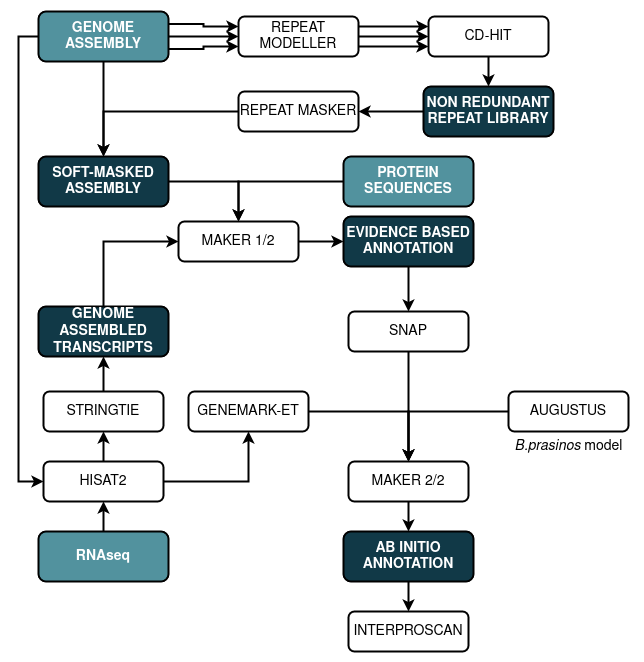
Before: Annotation/Bathycoccus_pangenome_pipelines-Genome_annotation_pipeline.png, a diagram exported from draw.io (LouisDennu/Bathycoccus_GenomeAssemblyAndAnnotation). Source tidied: cells renumbered, new cells last; positions are measured from the earlier drawing's top-left corner, leaving out a move shared by most shapes. Its diagram source:
```xml
<mxGraphModel>
  <root>
    <mxCell id="0" />
    <mxCell id="1" parent="0" />
    <mxCell id="2" style="edgeStyle=orthogonalEdgeStyle;rounded=0;jettySize=auto;html=1;exitX=1;exitY=0.75;exitDx=0;exitDy=0;entryX=0;entryY=0.75;entryDx=0;entryDy=0;strokeWidth=2;fontFamily=Helvetica;fontSize=14;fontColor=#FFFFFF;" parent="1" edge="1" source="7" target="20">
      <mxGeometry relative="1" as="geometry" />
    </mxCell>
    <mxCell id="3" style="edgeStyle=orthogonalEdgeStyle;rounded=0;jettySize=auto;html=1;exitX=1;exitY=0.5;exitDx=0;exitDy=0;entryX=0;entryY=0.5;entryDx=0;entryDy=0;strokeWidth=2;fontFamily=Helvetica;fontSize=14;fontColor=#FFFFFF;" parent="1" edge="1" source="7" target="20">
      <mxGeometry relative="1" as="geometry" />
    </mxCell>
    <mxCell id="4" style="edgeStyle=orthogonalEdgeStyle;rounded=0;jettySize=auto;html=1;exitX=1;exitY=0.25;exitDx=0;exitDy=0;entryX=0;entryY=0.25;entryDx=0;entryDy=0;strokeWidth=2;fontFamily=Helvetica;fontSize=14;fontColor=#FFFFFF;" parent="1" edge="1" source="7" target="20">
      <mxGeometry relative="1" as="geometry" />
    </mxCell>
    <mxCell id="5" style="edgeStyle=orthogonalEdgeStyle;rounded=0;jettySize=auto;html=1;exitX=0;exitY=0.5;exitDx=0;exitDy=0;entryX=0;entryY=0.5;entryDx=0;entryDy=0;strokeWidth=2;fontFamily=Helvetica;fontSize=14;fontColor=#FFFFFF;" parent="1" edge="1" source="7" target="14">
      <mxGeometry relative="1" as="geometry" />
    </mxCell>
    <mxCell id="6" style="edgeStyle=orthogonalEdgeStyle;rounded=0;jettySize=auto;html=1;exitX=0.5;exitY=1;exitDx=0;exitDy=0;entryX=0.5;entryY=0;entryDx=0;entryDy=0;strokeWidth=2;fontFamily=Helvetica;fontSize=14;fontColor=#FFFFFF;" parent="1" edge="1" source="7" target="37">
      <mxGeometry relative="1" as="geometry" />
    </mxCell>
    <mxCell id="7" value="GENOME ASSEMBLY" style="rounded=1;whiteSpace=wrap;html=1;fontSize=14;glass=0;strokeWidth=2;shadow=0;fillColor=#52929e;fontColor=#FFFFFF;fontStyle=1;" parent="1" vertex="1">
      <mxGeometry width="130" height="50" as="geometry" />
    </mxCell>
    <mxCell id="8" style="edgeStyle=orthogonalEdgeStyle;rounded=0;jettySize=auto;html=1;exitX=0;exitY=0.5;exitDx=0;exitDy=0;entryX=0.5;entryY=0;entryDx=0;entryDy=0;strokeWidth=2;fontFamily=Helvetica;fontSize=14;fontColor=#FFFFFF;" parent="1" edge="1" source="9" target="26">
      <mxGeometry relative="1" as="geometry" />
    </mxCell>
    <mxCell id="9" value="PROTEIN SEQUENCES" style="rounded=1;whiteSpace=wrap;html=1;fontSize=14;glass=0;strokeWidth=2;shadow=0;fillColor=#52929e;fontColor=#FFFFFF;fontStyle=1;" parent="1" vertex="1">
      <mxGeometry x="305" y="145" width="130" height="50" as="geometry" />
    </mxCell>
    <mxCell id="10" style="edgeStyle=orthogonalEdgeStyle;rounded=0;jettySize=auto;html=1;exitX=0.5;exitY=0;exitDx=0;exitDy=0;entryX=0.5;entryY=1;entryDx=0;entryDy=0;strokeWidth=2;fontFamily=Helvetica;fontSize=14;fontColor=#FFFFFF;" parent="1" edge="1" source="11" target="14">
      <mxGeometry relative="1" as="geometry" />
    </mxCell>
    <mxCell id="11" value="RNAseq" style="rounded=1;whiteSpace=wrap;html=1;fontSize=14;glass=0;strokeWidth=2;shadow=0;fillColor=#52929e;fontColor=#FFFFFF;fontStyle=1;" parent="1" vertex="1">
      <mxGeometry y="520" width="130" height="50" as="geometry" />
    </mxCell>
    <mxCell id="12" style="edgeStyle=orthogonalEdgeStyle;rounded=0;jettySize=auto;html=1;exitX=0.5;exitY=0;exitDx=0;exitDy=0;entryX=0.5;entryY=1;entryDx=0;entryDy=0;strokeWidth=2;fontFamily=Helvetica;fontSize=14;fontColor=#FFFFFF;" parent="1" edge="1" source="14" target="16">
      <mxGeometry relative="1" as="geometry" />
    </mxCell>
    <mxCell id="13" style="edgeStyle=orthogonalEdgeStyle;rounded=0;jettySize=auto;html=1;exitX=1;exitY=0.5;exitDx=0;exitDy=0;entryX=0.5;entryY=1;entryDx=0;entryDy=0;strokeWidth=2;fontFamily=Helvetica;fontSize=14;fontColor=#FFFFFF;" parent="1" edge="1" source="14" target="30">
      <mxGeometry relative="1" as="geometry" />
    </mxCell>
    <mxCell id="14" value="HISAT2" style="rounded=1;whiteSpace=wrap;html=1;fontSize=14;glass=0;strokeWidth=2;shadow=0;fontStyle=0;" parent="1" vertex="1">
      <mxGeometry x="5" y="450" width="120" height="40" as="geometry" />
    </mxCell>
    <mxCell id="15" style="edgeStyle=orthogonalEdgeStyle;rounded=0;jettySize=auto;html=1;exitX=0.5;exitY=0;exitDx=0;exitDy=0;strokeWidth=2;fontFamily=Helvetica;fontSize=14;fontColor=#FFFFFF;" parent="1" edge="1" source="16">
      <mxGeometry relative="1" as="geometry">
        <mxPoint x="65" y="345" as="targetPoint" />
      </mxGeometry>
    </mxCell>
    <mxCell id="16" value="STRINGTIE" style="rounded=1;whiteSpace=wrap;html=1;fontSize=14;glass=0;strokeWidth=2;shadow=0;fontStyle=0;" parent="1" vertex="1">
      <mxGeometry x="5" y="380" width="120" height="40" as="geometry" />
    </mxCell>
    <mxCell id="17" style="edgeStyle=orthogonalEdgeStyle;rounded=0;jettySize=auto;html=1;exitX=1;exitY=0.25;exitDx=0;exitDy=0;entryX=0;entryY=0.25;entryDx=0;entryDy=0;strokeWidth=2;fontFamily=Helvetica;fontSize=14;fontColor=#FFFFFF;" parent="1" edge="1" source="20" target="24">
      <mxGeometry relative="1" as="geometry" />
    </mxCell>
    <mxCell id="18" style="edgeStyle=orthogonalEdgeStyle;rounded=0;jettySize=auto;html=1;exitX=1;exitY=0.5;exitDx=0;exitDy=0;entryX=0;entryY=0.5;entryDx=0;entryDy=0;strokeWidth=2;fontFamily=Helvetica;fontSize=14;fontColor=#FFFFFF;" parent="1" edge="1" source="20" target="24">
      <mxGeometry relative="1" as="geometry" />
    </mxCell>
    <mxCell id="19" style="edgeStyle=orthogonalEdgeStyle;rounded=0;jettySize=auto;html=1;exitX=1;exitY=0.75;exitDx=0;exitDy=0;entryX=0;entryY=0.75;entryDx=0;entryDy=0;strokeWidth=2;fontFamily=Helvetica;fontSize=14;fontColor=#FFFFFF;" parent="1" edge="1" source="20" target="24">
      <mxGeometry relative="1" as="geometry" />
    </mxCell>
    <mxCell id="20" value="REPEAT MODELLER" style="rounded=1;whiteSpace=wrap;html=1;fontSize=14;glass=0;strokeWidth=2;shadow=0;fontStyle=0;" parent="1" vertex="1">
      <mxGeometry x="200" y="5" width="120" height="40" as="geometry" />
    </mxCell>
    <mxCell id="21" style="edgeStyle=orthogonalEdgeStyle;rounded=0;jettySize=auto;html=1;exitX=0;exitY=0.5;exitDx=0;exitDy=0;strokeWidth=2;fontFamily=Helvetica;fontSize=14;fontColor=#FFFFFF;" parent="1" edge="1" source="22">
      <mxGeometry relative="1" as="geometry">
        <mxPoint x="65" y="145" as="targetPoint" />
      </mxGeometry>
    </mxCell>
    <mxCell id="22" value="REPEAT MASKER" style="rounded=1;whiteSpace=wrap;html=1;fontSize=14;glass=0;strokeWidth=2;shadow=0;fontStyle=0;" parent="1" vertex="1">
      <mxGeometry x="200" y="80" width="120" height="40" as="geometry" />
    </mxCell>
    <mxCell id="23" style="edgeStyle=orthogonalEdgeStyle;rounded=0;jettySize=auto;html=1;exitX=0.5;exitY=1;exitDx=0;exitDy=0;entryX=0.5;entryY=0;entryDx=0;entryDy=0;strokeWidth=2;fontFamily=Helvetica;fontSize=14;fontColor=#FFFFFF;" parent="1" edge="1" source="24" target="35">
      <mxGeometry relative="1" as="geometry" />
    </mxCell>
    <mxCell id="24" value="CD-HIT" style="rounded=1;whiteSpace=wrap;html=1;fontSize=14;glass=0;strokeWidth=2;shadow=0;fontStyle=0;" parent="1" vertex="1">
      <mxGeometry x="390" y="5" width="120" height="40" as="geometry" />
    </mxCell>
    <mxCell id="25" style="edgeStyle=orthogonalEdgeStyle;rounded=0;jettySize=auto;html=1;exitX=1;exitY=0.5;exitDx=0;exitDy=0;entryX=0;entryY=0.5;entryDx=0;entryDy=0;strokeWidth=2;fontFamily=Helvetica;fontSize=14;fontColor=#FFFFFF;" parent="1" edge="1" source="26" target="45">
      <mxGeometry relative="1" as="geometry" />
    </mxCell>
    <mxCell id="26" value="MAKER 1/2" style="rounded=1;whiteSpace=wrap;html=1;fontSize=14;glass=0;strokeWidth=2;shadow=0;fontStyle=0;" parent="1" vertex="1">
      <mxGeometry x="140" y="210" width="120" height="40" as="geometry" />
    </mxCell>
    <mxCell id="27" style="edgeStyle=orthogonalEdgeStyle;rounded=0;jettySize=auto;html=1;exitX=0;exitY=0.5;exitDx=0;exitDy=0;entryX=0.5;entryY=0;entryDx=0;entryDy=0;strokeWidth=2;fontFamily=Helvetica;fontSize=14;fontColor=#FFFFFF;" parent="1" edge="1" source="28" target="41">
      <mxGeometry relative="1" as="geometry" />
    </mxCell>
    <mxCell id="28" value="AUGUSTUS" style="rounded=1;whiteSpace=wrap;html=1;fontSize=14;glass=0;strokeWidth=2;shadow=0;fontStyle=0;" parent="1" vertex="1">
      <mxGeometry x="470" y="380" width="120" height="40" as="geometry" />
    </mxCell>
    <mxCell id="29" style="edgeStyle=orthogonalEdgeStyle;rounded=0;jettySize=auto;html=1;exitX=1;exitY=0.5;exitDx=0;exitDy=0;entryX=0.5;entryY=0;entryDx=0;entryDy=0;strokeWidth=2;fontFamily=Helvetica;fontSize=14;fontColor=#FFFFFF;" parent="1" edge="1" source="30" target="41">
      <mxGeometry relative="1" as="geometry" />
    </mxCell>
    <mxCell id="30" value="GENEMARK-ET" style="rounded=1;whiteSpace=wrap;html=1;fontSize=14;glass=0;strokeWidth=2;shadow=0;fontStyle=0;" parent="1" vertex="1">
      <mxGeometry x="150" y="380" width="120" height="40" as="geometry" />
    </mxCell>
    <mxCell id="31" style="edgeStyle=orthogonalEdgeStyle;rounded=0;jettySize=auto;html=1;exitX=0.5;exitY=1;exitDx=0;exitDy=0;entryX=0.5;entryY=0;entryDx=0;entryDy=0;strokeWidth=2;fontFamily=Helvetica;fontSize=14;fontColor=#FFFFFF;" parent="1" edge="1" source="32" target="41">
      <mxGeometry relative="1" as="geometry" />
    </mxCell>
    <mxCell id="32" value="SNAP" style="rounded=1;whiteSpace=wrap;html=1;fontSize=14;glass=0;strokeWidth=2;shadow=0;fontStyle=0;" parent="1" vertex="1">
      <mxGeometry x="310" y="300" width="120" height="40" as="geometry" />
    </mxCell>
    <mxCell id="33" value="INTERPROSCAN" style="rounded=1;whiteSpace=wrap;html=1;fontSize=14;glass=0;strokeWidth=2;shadow=0;fontStyle=0;" parent="1" vertex="1">
      <mxGeometry x="310" y="600" width="120" height="40" as="geometry" />
    </mxCell>
    <mxCell id="34" style="edgeStyle=orthogonalEdgeStyle;rounded=0;jettySize=auto;html=1;exitX=0;exitY=0.5;exitDx=0;exitDy=0;entryX=1;entryY=0.5;entryDx=0;entryDy=0;strokeWidth=2;fontFamily=Helvetica;fontSize=14;fontColor=#FFFFFF;" parent="1" edge="1" source="35" target="22">
      <mxGeometry relative="1" as="geometry" />
    </mxCell>
    <mxCell id="35" value="NON REDUNDANT REPEAT LIBRARY" style="rounded=1;whiteSpace=wrap;html=1;fontSize=14;glass=0;strokeWidth=2;shadow=0;fillColor=#113947;fontColor=#FFFFFF;fontStyle=1;" parent="1" vertex="1">
      <mxGeometry x="385" y="75" width="130" height="50" as="geometry" />
    </mxCell>
    <mxCell id="36" style="edgeStyle=orthogonalEdgeStyle;rounded=0;jettySize=auto;html=1;exitX=1;exitY=0.5;exitDx=0;exitDy=0;entryX=0.5;entryY=0;entryDx=0;entryDy=0;strokeWidth=2;fontFamily=Helvetica;fontSize=14;fontColor=#FFFFFF;" parent="1" edge="1" source="37" target="26">
      <mxGeometry relative="1" as="geometry" />
    </mxCell>
    <mxCell id="37" value="&lt;div&gt;SOFT-MASKED&lt;/div&gt;&lt;div&gt;ASSEMBLY&lt;br&gt;&lt;/div&gt;" style="rounded=1;whiteSpace=wrap;html=1;fontSize=14;glass=0;strokeWidth=2;shadow=0;fillColor=#113947;fontColor=#FFFFFF;fontStyle=1;" parent="1" vertex="1">
      <mxGeometry y="145" width="130" height="50" as="geometry" />
    </mxCell>
    <mxCell id="38" style="edgeStyle=orthogonalEdgeStyle;rounded=0;jettySize=auto;html=1;exitX=0.5;exitY=0;exitDx=0;exitDy=0;entryX=0;entryY=0.5;entryDx=0;entryDy=0;strokeWidth=2;fontFamily=Helvetica;fontSize=14;fontColor=#FFFFFF;" parent="1" edge="1" source="39" target="26">
      <mxGeometry relative="1" as="geometry" />
    </mxCell>
    <mxCell id="39" value="GENOME ASSEMBLED TRANSCRIPTS" style="rounded=1;whiteSpace=wrap;html=1;fontSize=14;glass=0;strokeWidth=2;shadow=0;fillColor=#113947;fontColor=#FFFFFF;fontStyle=1;" parent="1" vertex="1">
      <mxGeometry y="295" width="130" height="50" as="geometry" />
    </mxCell>
    <mxCell id="40" style="edgeStyle=orthogonalEdgeStyle;rounded=0;jettySize=auto;html=1;exitX=0.5;exitY=1;exitDx=0;exitDy=0;entryX=0.5;entryY=0;entryDx=0;entryDy=0;strokeWidth=2;fontFamily=Helvetica;fontSize=14;fontColor=#FFFFFF;" parent="1" edge="1" source="41" target="43">
      <mxGeometry relative="1" as="geometry" />
    </mxCell>
    <mxCell id="41" value="MAKER 2/2" style="rounded=1;whiteSpace=wrap;html=1;fontSize=14;glass=0;strokeWidth=2;shadow=0;fontStyle=0;" parent="1" vertex="1">
      <mxGeometry x="310" y="450" width="120" height="40" as="geometry" />
    </mxCell>
    <mxCell id="42" style="edgeStyle=orthogonalEdgeStyle;rounded=0;jettySize=auto;html=1;exitX=0.5;exitY=1;exitDx=0;exitDy=0;entryX=0.5;entryY=0;entryDx=0;entryDy=0;strokeWidth=2;fontFamily=Helvetica;fontSize=14;fontColor=#FFFFFF;" parent="1" edge="1" source="43" target="33">
      <mxGeometry relative="1" as="geometry" />
    </mxCell>
    <mxCell id="43" value="AB INITIO ANNOTATION" style="rounded=1;whiteSpace=wrap;html=1;fontSize=14;glass=0;strokeWidth=2;shadow=0;fillColor=#113947;fontColor=#FFFFFF;fontStyle=1;" parent="1" vertex="1">
      <mxGeometry x="305" y="520" width="130" height="50" as="geometry" />
    </mxCell>
    <mxCell id="44" style="edgeStyle=orthogonalEdgeStyle;rounded=0;jettySize=auto;html=1;exitX=0.5;exitY=1;exitDx=0;exitDy=0;entryX=0.5;entryY=0;entryDx=0;entryDy=0;strokeWidth=2;fontFamily=Helvetica;fontSize=14;fontColor=#FFFFFF;" parent="1" edge="1" source="45" target="32">
      <mxGeometry relative="1" as="geometry" />
    </mxCell>
    <mxCell id="45" value="EVIDENCE BASED ANNOTATION" style="rounded=1;whiteSpace=wrap;html=1;fontSize=14;glass=0;strokeWidth=2;shadow=0;fillColor=#113947;fontColor=#FFFFFF;fontStyle=1;" parent="1" vertex="1">
      <mxGeometry x="305" y="205" width="130" height="50" as="geometry" />
    </mxCell>
    <mxCell id="46" value="&lt;i&gt;&lt;font color=&quot;#000000&quot;&gt;B.prasinos&lt;/font&gt;&lt;/i&gt;&lt;font color=&quot;#000000&quot;&gt; model&lt;br&gt;&lt;/font&gt;" style="text;html=1;align=center;verticalAlign=middle;strokeColor=none;fillColor=none;fontSize=14;fontFamily=Helvetica;fontColor=#FFFFFF;" parent="1" vertex="1">
      <mxGeometry x="465" y="420" width="130" height="30" as="geometry" />
    </mxCell>
  </root>
</mxGraphModel>
```
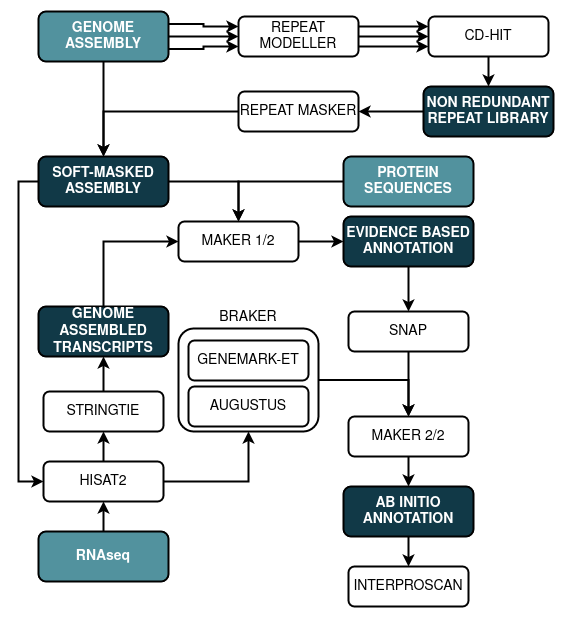
Later version of the same file.

Commit message:
Changed annotation pipeline diagram

Diff of the diagram source:
```diff
@@ -2,6 +2,12 @@
   <root>
     <mxCell id="0" />
     <mxCell id="1" parent="0" />
+    <mxCell id="47" style="edgeStyle=orthogonalEdgeStyle;rounded=0;jettySize=auto;html=1;exitX=1;exitY=0.5;exitDx=0;exitDy=0;entryX=0.5;entryY=0;entryDx=0;entryDy=0;strokeWidth=2;" parent="1" edge="1" source="48" target="41">
+      <mxGeometry relative="1" as="geometry" />
+    </mxCell>
+    <mxCell id="48" value="BRAKER" style="rounded=1;whiteSpace=wrap;html=1;fontSize=14;glass=0;strokeWidth=2;shadow=0;fontStyle=0;labelPosition=center;verticalLabelPosition=top;align=center;verticalAlign=bottom;" parent="1" vertex="1">
+      <mxGeometry x="140" y="317" width="140" height="103" as="geometry" />
+    </mxCell>
     <mxCell id="2" style="edgeStyle=orthogonalEdgeStyle;rounded=0;jettySize=auto;html=1;exitX=1;exitY=0.75;exitDx=0;exitDy=0;entryX=0;entryY=0.75;entryDx=0;entryDy=0;strokeWidth=2;fontFamily=Helvetica;fontSize=14;fontColor=#FFFFFF;" parent="1" edge="1" source="7" target="20">
       <mxGeometry relative="1" as="geometry" />
     </mxCell>
@@ -11,9 +17,6 @@
     <mxCell id="4" style="edgeStyle=orthogonalEdgeStyle;rounded=0;jettySize=auto;html=1;exitX=1;exitY=0.25;exitDx=0;exitDy=0;entryX=0;entryY=0.25;entryDx=0;entryDy=0;strokeWidth=2;fontFamily=Helvetica;fontSize=14;fontColor=#FFFFFF;" parent="1" edge="1" source="7" target="20">
       <mxGeometry relative="1" as="geometry" />
     </mxCell>
-    <mxCell id="5" style="edgeStyle=orthogonalEdgeStyle;rounded=0;jettySize=auto;html=1;exitX=0;exitY=0.5;exitDx=0;exitDy=0;entryX=0;entryY=0.5;entryDx=0;entryDy=0;strokeWidth=2;fontFamily=Helvetica;fontSize=14;fontColor=#FFFFFF;" parent="1" edge="1" source="7" target="14">
-      <mxGeometry relative="1" as="geometry" />
-    </mxCell>
     <mxCell id="6" style="edgeStyle=orthogonalEdgeStyle;rounded=0;jettySize=auto;html=1;exitX=0.5;exitY=1;exitDx=0;exitDy=0;entryX=0.5;entryY=0;entryDx=0;entryDy=0;strokeWidth=2;fontFamily=Helvetica;fontSize=14;fontColor=#FFFFFF;" parent="1" edge="1" source="7" target="37">
       <mxGeometry relative="1" as="geometry" />
     </mxCell>
@@ -35,9 +38,9 @@
     <mxCell id="12" style="edgeStyle=orthogonalEdgeStyle;rounded=0;jettySize=auto;html=1;exitX=0.5;exitY=0;exitDx=0;exitDy=0;entryX=0.5;entryY=1;entryDx=0;entryDy=0;strokeWidth=2;fontFamily=Helvetica;fontSize=14;fontColor=#FFFFFF;" parent="1" edge="1" source="14" target="16">
       <mxGeometry relative="1" as="geometry" />
     </mxCell>
-    <mxCell id="13" style="edgeStyle=orthogonalEdgeStyle;rounded=0;jettySize=auto;html=1;exitX=1;exitY=0.5;exitDx=0;exitDy=0;entryX=0.5;entryY=1;entryDx=0;entryDy=0;strokeWidth=2;fontFamily=Helvetica;fontSize=14;fontColor=#FFFFFF;" parent="1" edge="1" source="14" target="30">
-      <mxGeometry relative="1" as="geometry" />
-    </mxCell>
+    <mxCell id="49" style="edgeStyle=orthogonalEdgeStyle;rounded=0;jettySize=auto;html=1;exitX=1;exitY=0.5;exitDx=0;exitDy=0;entryX=0.5;entryY=1;entryDx=0;entryDy=0;strokeWidth=2;" parent="1" edge="1" source="14" target="48">
+      <mxGeometry relative="1" as="geometry" />
+    </mxCell>
     <mxCell id="14" value="HISAT2" style="rounded=1;whiteSpace=wrap;html=1;fontSize=14;glass=0;strokeWidth=2;shadow=0;fontStyle=0;" parent="1" vertex="1">
       <mxGeometry x="5" y="450" width="120" height="40" as="geometry" />
     </mxCell>
@@ -81,17 +84,8 @@
     <mxCell id="26" value="MAKER 1/2" style="rounded=1;whiteSpace=wrap;html=1;fontSize=14;glass=0;strokeWidth=2;shadow=0;fontStyle=0;" parent="1" vertex="1">
       <mxGeometry x="140" y="210" width="120" height="40" as="geometry" />
     </mxCell>
-    <mxCell id="27" style="edgeStyle=orthogonalEdgeStyle;rounded=0;jettySize=auto;html=1;exitX=0;exitY=0.5;exitDx=0;exitDy=0;entryX=0.5;entryY=0;entryDx=0;entryDy=0;strokeWidth=2;fontFamily=Helvetica;fontSize=14;fontColor=#FFFFFF;" parent="1" edge="1" source="28" target="41">
-      <mxGeometry relative="1" as="geometry" />
-    </mxCell>
-    <mxCell id="28" value="AUGUSTUS" style="rounded=1;whiteSpace=wrap;html=1;fontSize=14;glass=0;strokeWidth=2;shadow=0;fontStyle=0;" parent="1" vertex="1">
-      <mxGeometry x="470" y="380" width="120" height="40" as="geometry" />
-    </mxCell>
-    <mxCell id="29" style="edgeStyle=orthogonalEdgeStyle;rounded=0;jettySize=auto;html=1;exitX=1;exitY=0.5;exitDx=0;exitDy=0;entryX=0.5;entryY=0;entryDx=0;entryDy=0;strokeWidth=2;fontFamily=Helvetica;fontSize=14;fontColor=#FFFFFF;" parent="1" edge="1" source="30" target="41">
-      <mxGeometry relative="1" as="geometry" />
-    </mxCell>
     <mxCell id="30" value="GENEMARK-ET" style="rounded=1;whiteSpace=wrap;html=1;fontSize=14;glass=0;strokeWidth=2;shadow=0;fontStyle=0;" parent="1" vertex="1">
-      <mxGeometry x="150" y="380" width="120" height="40" as="geometry" />
+      <mxGeometry x="150" y="329" width="120" height="40" as="geometry" />
     </mxCell>
     <mxCell id="31" style="edgeStyle=orthogonalEdgeStyle;rounded=0;jettySize=auto;html=1;exitX=0.5;exitY=1;exitDx=0;exitDy=0;entryX=0.5;entryY=0;entryDx=0;entryDy=0;strokeWidth=2;fontFamily=Helvetica;fontSize=14;fontColor=#FFFFFF;" parent="1" edge="1" source="32" target="41">
       <mxGeometry relative="1" as="geometry" />
@@ -100,7 +94,7 @@
       <mxGeometry x="310" y="300" width="120" height="40" as="geometry" />
     </mxCell>
     <mxCell id="33" value="INTERPROSCAN" style="rounded=1;whiteSpace=wrap;html=1;fontSize=14;glass=0;strokeWidth=2;shadow=0;fontStyle=0;" parent="1" vertex="1">
-      <mxGeometry x="310" y="600" width="120" height="40" as="geometry" />
+      <mxGeometry x="310" y="555" width="120" height="40" as="geometry" />
     </mxCell>
     <mxCell id="34" style="edgeStyle=orthogonalEdgeStyle;rounded=0;jettySize=auto;html=1;exitX=0;exitY=0.5;exitDx=0;exitDy=0;entryX=1;entryY=0.5;entryDx=0;entryDy=0;strokeWidth=2;fontFamily=Helvetica;fontSize=14;fontColor=#FFFFFF;" parent="1" edge="1" source="35" target="22">
       <mxGeometry relative="1" as="geometry" />
@@ -111,6 +105,9 @@
     <mxCell id="36" style="edgeStyle=orthogonalEdgeStyle;rounded=0;jettySize=auto;html=1;exitX=1;exitY=0.5;exitDx=0;exitDy=0;entryX=0.5;entryY=0;entryDx=0;entryDy=0;strokeWidth=2;fontFamily=Helvetica;fontSize=14;fontColor=#FFFFFF;" parent="1" edge="1" source="37" target="26">
       <mxGeometry relative="1" as="geometry" />
     </mxCell>
+    <mxCell id="50" style="edgeStyle=orthogonalEdgeStyle;rounded=0;jettySize=auto;html=1;exitX=0;exitY=0.5;exitDx=0;exitDy=0;entryX=0;entryY=0.5;entryDx=0;entryDy=0;strokeWidth=2;" parent="1" edge="1" source="37" target="14">
+      <mxGeometry relative="1" as="geometry" />
+    </mxCell>
     <mxCell id="37" value="&lt;div&gt;SOFT-MASKED&lt;/div&gt;&lt;div&gt;ASSEMBLY&lt;br&gt;&lt;/div&gt;" style="rounded=1;whiteSpace=wrap;html=1;fontSize=14;glass=0;strokeWidth=2;shadow=0;fillColor=#113947;fontColor=#FFFFFF;fontStyle=1;" parent="1" vertex="1">
       <mxGeometry y="145" width="130" height="50" as="geometry" />
     </mxCell>
@@ -124,13 +121,13 @@
       <mxGeometry relative="1" as="geometry" />
     </mxCell>
     <mxCell id="41" value="MAKER 2/2" style="rounded=1;whiteSpace=wrap;html=1;fontSize=14;glass=0;strokeWidth=2;shadow=0;fontStyle=0;" parent="1" vertex="1">
-      <mxGeometry x="310" y="450" width="120" height="40" as="geometry" />
+      <mxGeometry x="310" y="405" width="120" height="40" as="geometry" />
     </mxCell>
     <mxCell id="42" style="edgeStyle=orthogonalEdgeStyle;rounded=0;jettySize=auto;html=1;exitX=0.5;exitY=1;exitDx=0;exitDy=0;entryX=0.5;entryY=0;entryDx=0;entryDy=0;strokeWidth=2;fontFamily=Helvetica;fontSize=14;fontColor=#FFFFFF;" parent="1" edge="1" source="43" target="33">
       <mxGeometry relative="1" as="geometry" />
     </mxCell>
     <mxCell id="43" value="AB INITIO ANNOTATION" style="rounded=1;whiteSpace=wrap;html=1;fontSize=14;glass=0;strokeWidth=2;shadow=0;fillColor=#113947;fontColor=#FFFFFF;fontStyle=1;" parent="1" vertex="1">
-      <mxGeometry x="305" y="520" width="130" height="50" as="geometry" />
+      <mxGeometry x="305" y="475" width="130" height="50" as="geometry" />
     </mxCell>
     <mxCell id="44" style="edgeStyle=orthogonalEdgeStyle;rounded=0;jettySize=auto;html=1;exitX=0.5;exitY=1;exitDx=0;exitDy=0;entryX=0.5;entryY=0;entryDx=0;entryDy=0;strokeWidth=2;fontFamily=Helvetica;fontSize=14;fontColor=#FFFFFF;" parent="1" edge="1" source="45" target="32">
       <mxGeometry relative="1" as="geometry" />
@@ -138,8 +135,8 @@
     <mxCell id="45" value="EVIDENCE BASED ANNOTATION" style="rounded=1;whiteSpace=wrap;html=1;fontSize=14;glass=0;strokeWidth=2;shadow=0;fillColor=#113947;fontColor=#FFFFFF;fontStyle=1;" parent="1" vertex="1">
       <mxGeometry x="305" y="205" width="130" height="50" as="geometry" />
     </mxCell>
-    <mxCell id="46" value="&lt;i&gt;&lt;font color=&quot;#000000&quot;&gt;B.prasinos&lt;/font&gt;&lt;/i&gt;&lt;font color=&quot;#000000&quot;&gt; model&lt;br&gt;&lt;/font&gt;" style="text;html=1;align=center;verticalAlign=middle;strokeColor=none;fillColor=none;fontSize=14;fontFamily=Helvetica;fontColor=#FFFFFF;" parent="1" vertex="1">
-      <mxGeometry x="465" y="420" width="130" height="30" as="geometry" />
-    </mxCell>
+    <mxCell id="28" value="AUGUSTUS" style="rounded=1;whiteSpace=wrap;html=1;fontSize=14;glass=0;strokeWidth=2;shadow=0;fontStyle=0;" parent="1" vertex="1">
+      <mxGeometry x="150" y="375" width="120" height="40" as="geometry" />
+    </mxCell>
   </root>
 </mxGraphModel>
```
